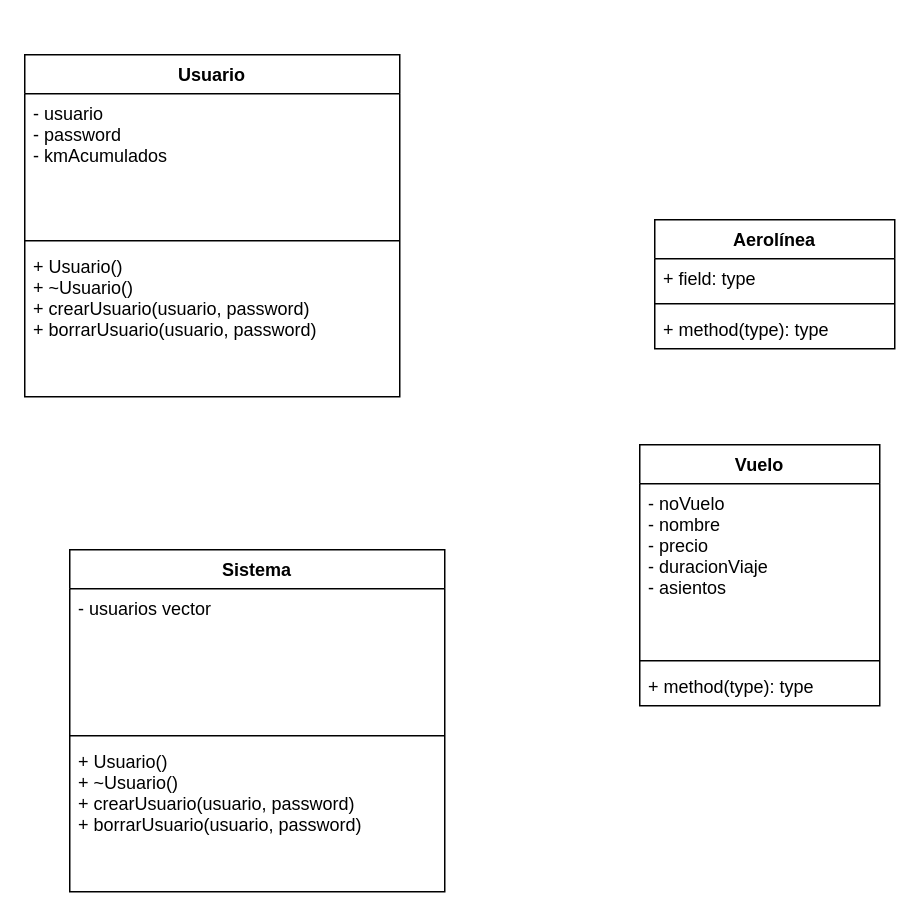
Before: Proyecto/diagrama.drawio in AlexaBF/OOP, a draw.io diagram. Source tidied: cells renumbered, new cells numbered last; positions are measured from the earlier drawing's top-left corner, leaving out a move shared by most shapes. Both pictures are drawn from the tidied source at 150%, with x=0, y=0 at pixel (24, 54).
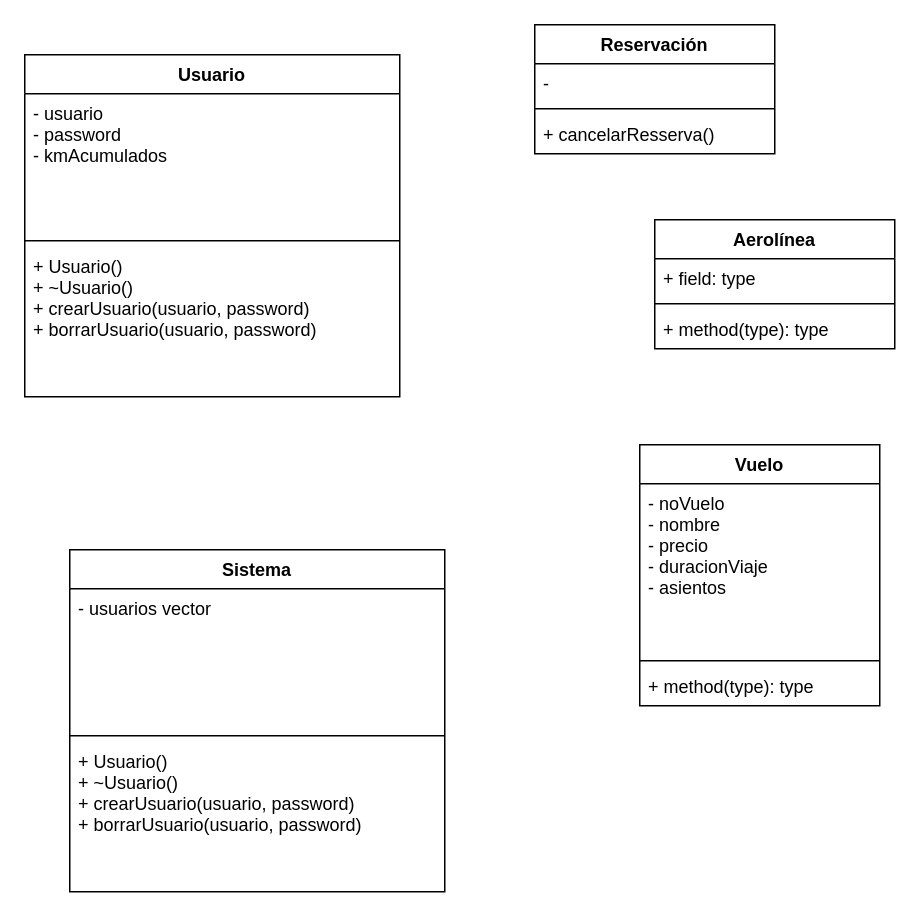
The same page after the edit.

Diff of the diagram source:
```diff
@@
+    <mxCell id="18" value="Reservación" style="swimlane;fontStyle=1;align=center;verticalAlign=top;horizontal=1;startSize=26;" parent="1" vertex="1">
+      <mxGeometry x="340" y="-20" width="160" height="86" as="geometry" />
+    </mxCell>
+    <mxCell id="19" value="- " style="text;strokeColor=none;fillColor=none;align=left;verticalAlign=top;spacingLeft=4;spacingRight=4;overflow=hidden;" parent="18" vertex="1">
+      <mxGeometry y="26" width="160" height="26" as="geometry" />
+    </mxCell>
+    <mxCell id="20" style="line;strokeWidth=1;fillColor=none;align=left;verticalAlign=middle;spacingTop=-1;spacingLeft=3;spacingRight=3;labelPosition=right;strokeColor=inherit;" parent="18" vertex="1">
+      <mxGeometry y="52" width="160" height="8" as="geometry" />
+    </mxCell>
+    <mxCell id="21" value="+ cancelarResserva()" style="text;strokeColor=none;fillColor=none;align=left;verticalAlign=top;spacingLeft=4;spacingRight=4;overflow=hidden;" parent="18" vertex="1">
+      <mxGeometry y="60" width="160" height="26" as="geometry" />
+    </mxCell>
```
